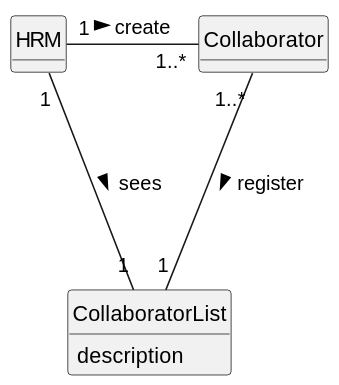
Above: docs/sprintA/us003/02.analysis/svg/us003-domain-model.svg in SAEmanuel/Green_Spaces_Management_ISEP (PlantUML), before the change. Source of this version:
```plantuml
@startuml
skinparam monochrome true
skinparam packageStyle rectangle
skinparam shadowing false


skinparam classAttributeIconSize 0

hide circle
hide methods



class HRM {
}

class Collaborator {
}

class CollaboratorList {
    description
}

HRM "1" - "1..*" Collaborator : create >
HRM "1" --- "1" CollaboratorList : sees >
Collaborator "1..*" --- "1" CollaboratorList: register >
@enduml
```
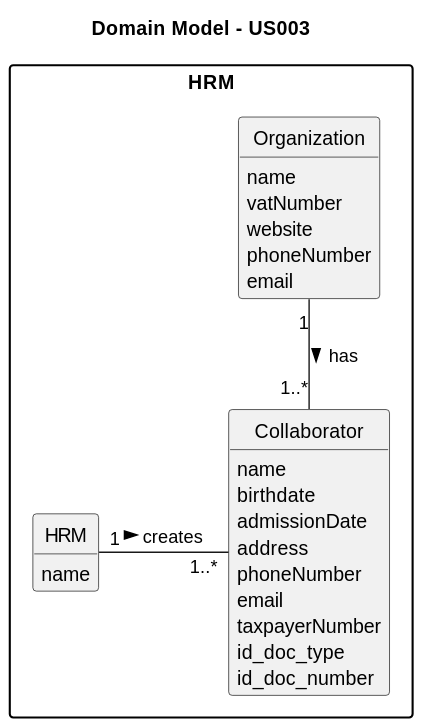
After the commit.

Commit message:
US3 Domain model

What changed in the source:
```diff
@@ -2,26 +2,43 @@
 skinparam monochrome true
 skinparam packageStyle rectangle
 skinparam shadowing false
-
 
 skinparam classAttributeIconSize 0
 
 hide circle
 hide methods
 
+title Domain Model - US003
+
+package "HRM" {
+
+    class Organization {
+        name
+        vatNumber
+        website
+        phoneNumber
+        email
+    }
+
+    class Collaborator {
+        name
+        birthdate
+        admissionDate
+        address
+        phoneNumber
+        email
+        taxpayerNumber
+        id_doc_type
+        id_doc_number
+    }
+
+    class HRM {
+        name
+    }
+
+    HRM "1" - "1..*" Collaborator : creates >
+    Organization "1" -- "1..*" Collaborator : has >
 
 
-class HRM {
 }
-
-class Collaborator {
-}
-
-class CollaboratorList {
-    description
-}
-
-HRM "1" - "1..*" Collaborator : create >
-HRM "1" --- "1" CollaboratorList : sees >
-Collaborator "1..*" --- "1" CollaboratorList: register >
 @enduml
```
